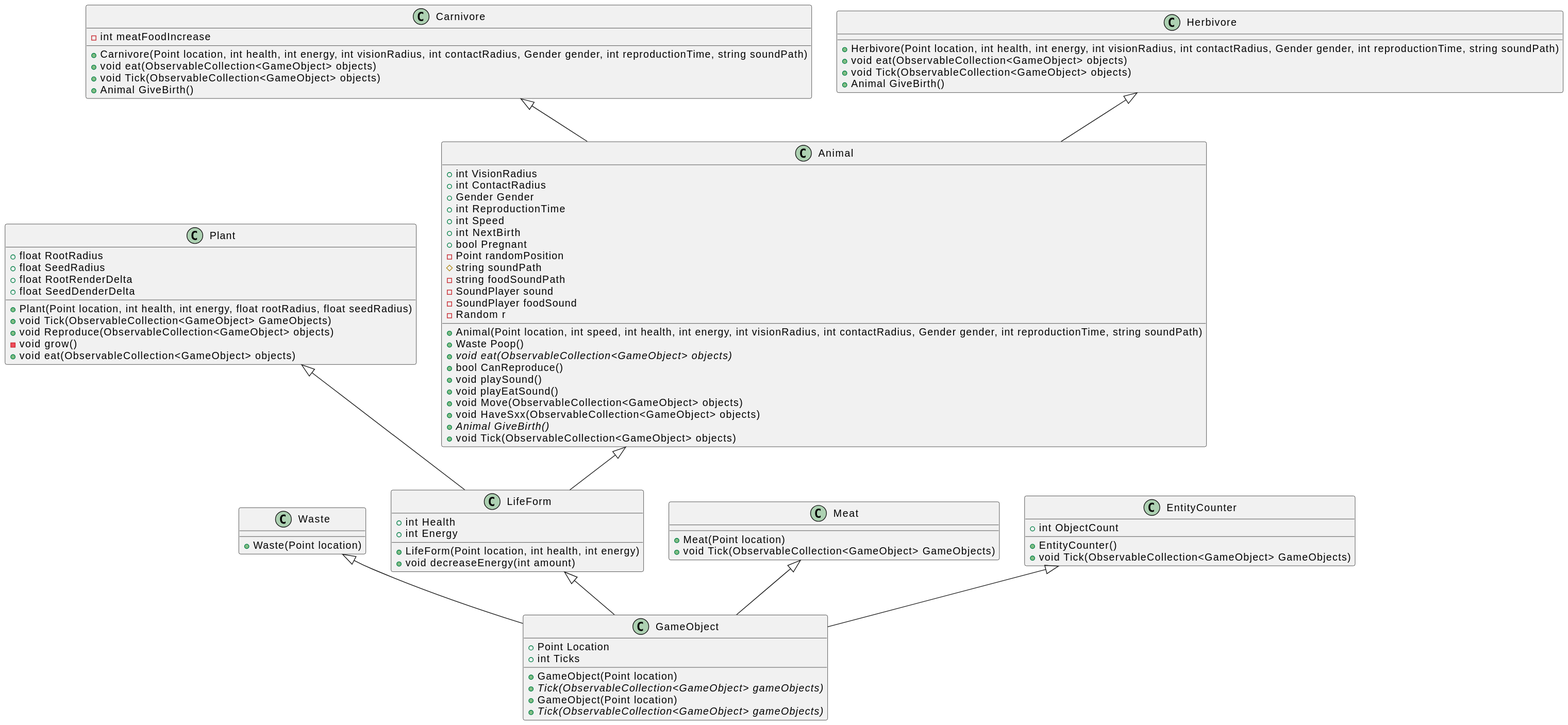
Above: diagrams/classDiagram.svg in Shakatak64/GameOfLife (PlantUML), before the change. Its diagram source:
```plantuml
@startuml
class GameObject {
+GameObject(Point location)
+{abstract} Tick(ObservableCollection<GameObject> gameObjects)
}

class GameObject {
+Point Location
+int Ticks
+GameObject(Point location)
+{abstract} Tick(ObservableCollection<GameObject> gameObjects)
}

class Waste {
+ Waste(Point location)
}

class LifeForm{
+int Health
+int Energy
+LifeForm(Point location, int health, int energy)
+void decreaseEnergy(int amount)
}

class Plant{
+float RootRadius
+float SeedRadius
+float RootRenderDelta
+float SeedDenderDelta
+Plant(Point location, int health, int energy, float rootRadius, float seedRadius)
+void Tick(ObservableCollection<GameObject> GameObjects)
+void Reproduce(ObservableCollection<GameObject> objects)
-void grow()
+void eat(ObservableCollection<GameObject> objects)
}

class Animal {
+int VisionRadius
+int ContactRadius
+Gender Gender
+int ReproductionTime
+int Speed
+int NextBirth
+bool Pregnant
-Point randomPosition
#string soundPath
-string foodSoundPath
-SoundPlayer sound
-SoundPlayer foodSound
-Random r
+Animal(Point location, int speed, int health, int energy, int visionRadius, int contactRadius, Gender gender, int reproductionTime, string soundPath)
+Waste Poop()
+ {abstract} void eat(ObservableCollection<GameObject> objects)
+bool CanReproduce()
+void playSound()
+void playEatSound()
+void Move(ObservableCollection<GameObject> objects)
+void HaveSxx(ObservableCollection<GameObject> objects)
+{abstract} Animal GiveBirth()
+void Tick(ObservableCollection<GameObject> objects)
}

class Meat{
+Meat(Point location)
+void Tick(ObservableCollection<GameObject> GameObjects)
}

class EntityCounter {
+int ObjectCount
+EntityCounter()
+void Tick(ObservableCollection<GameObject> GameObjects)
}

class Carnivore{
-int meatFoodIncrease
+Carnivore(Point location, int health, int energy, int visionRadius, int contactRadius, Gender gender, int reproductionTime, string soundPath)
+void eat(ObservableCollection<GameObject> objects)
+void Tick(ObservableCollection<GameObject> objects)
+Animal GiveBirth()
}

class Herbivore{
+Herbivore(Point location, int health, int energy, int visionRadius, int contactRadius, Gender gender, int reproductionTime, string soundPath)
+void eat(ObservableCollection<GameObject> objects)
+void Tick(ObservableCollection<GameObject> objects)
+Animal GiveBirth()
}

Waste <|-- GameObject
LifeForm <|-- GameObject
Plant <|-- LifeForm
Animal <|-- LifeForm
Meat <|-- GameObject
EntityCounter <|-- GameObject
Carnivore <|-- Animal
Herbivore <|-- Animal
@enduml
```
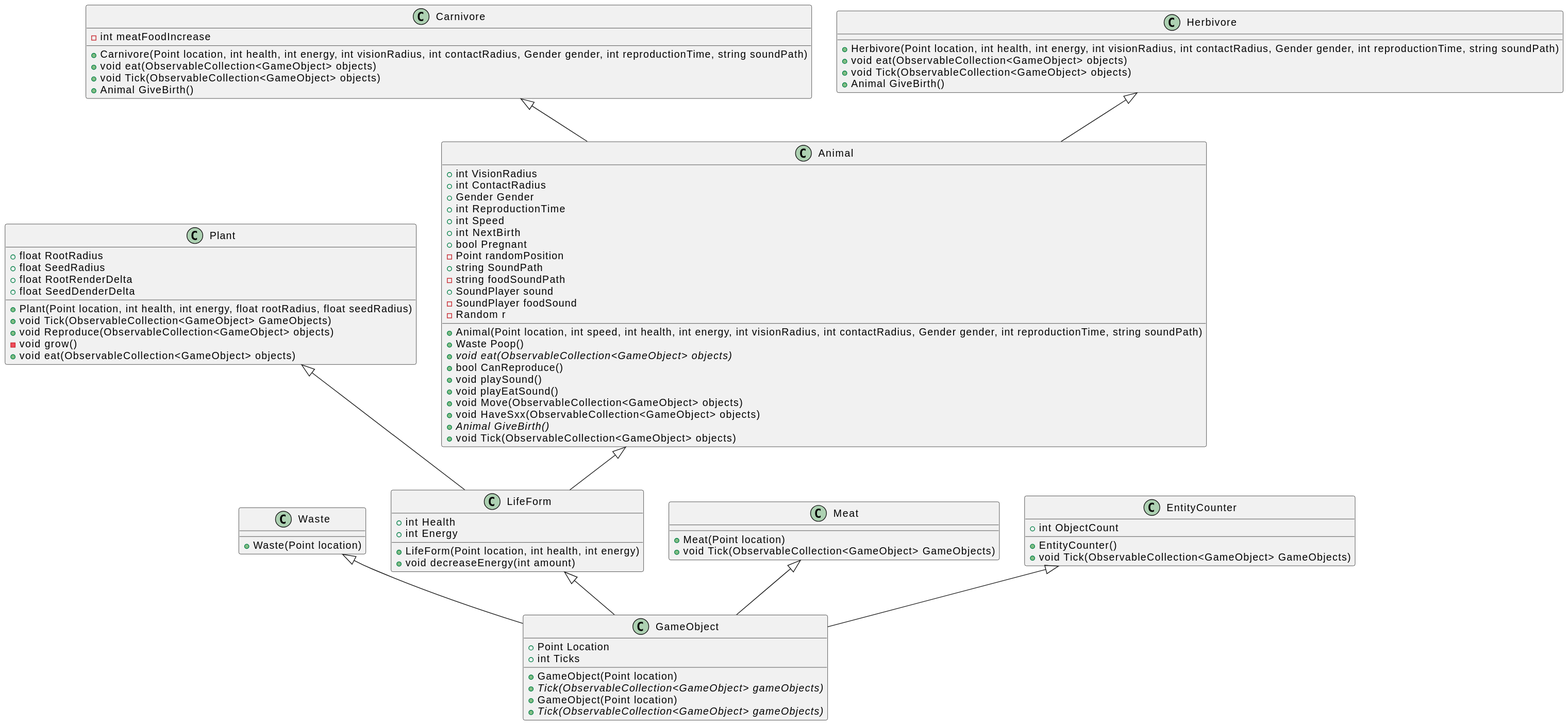
Above is the later version.

Commit message:
Update class diagram

Change to the diagram source:
```diff
@@ -43,9 +43,9 @@
 +int NextBirth
 +bool Pregnant
 -Point randomPosition
-#string soundPath
++string SoundPath
 -string foodSoundPath
--SoundPlayer sound
++SoundPlayer sound
 -SoundPlayer foodSound
 -Random r
 +Animal(Point location, int speed, int health, int energy, int visionRadius, int contactRadius, Gender gender, int reproductionTime, string soundPath)
```
